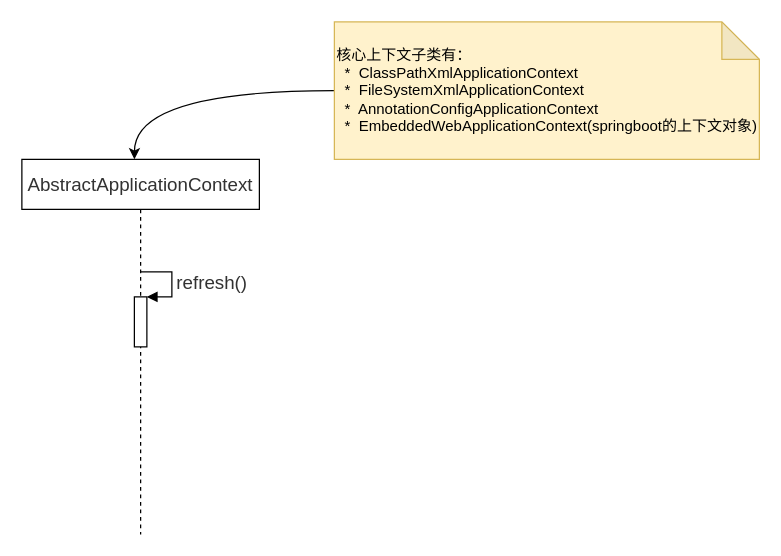
Before: note attachments/02-后端框架/03-Spring/Spirng 容器初始化与对象实例化全流程.drawio in MooNkirA/code-learning-note, a draw.io diagram. Source tidied: cells renumbered, new cells numbered last; positions are measured from the earlier drawing's top-left corner, leaving out a move shared by most shapes. Both pictures are drawn from the tidied source at 125%, with x=0, y=0 at pixel (21, 21).
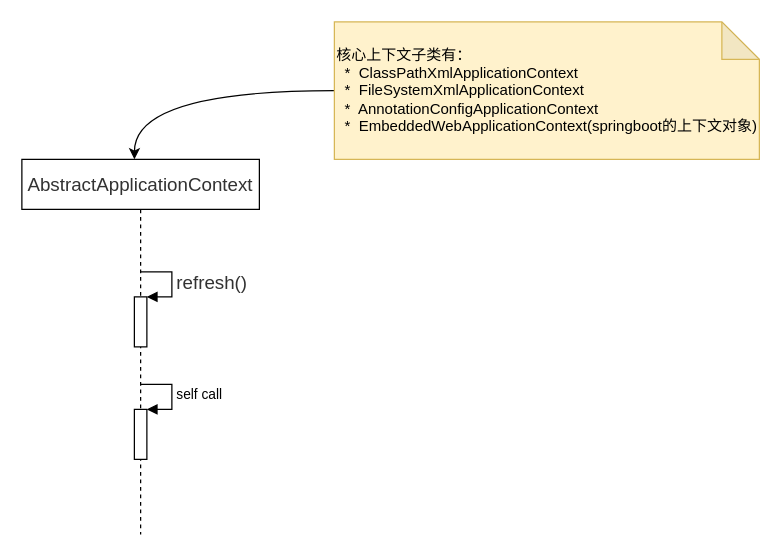
The same diagram, later.

The edit, as a diff of the source:
```diff
@@
 <mxGraphModel>
   <root>
     <mxCell id="0" />
     <mxCell id="1" parent="0" />
     <mxCell id="2" value="&lt;span style=&quot;color: rgb(50 , 50 , 50) ; font-family: &amp;#34;arial&amp;#34; ; font-size: 15px ; background-color: rgba(255 , 255 , 255 , 0.01)&quot;&gt;AbstractApplicationContext&lt;/span&gt;" style="shape=umlLifeline;perimeter=lifelinePerimeter;whiteSpace=wrap;html=1;outlineConnect=0;" parent="1" vertex="1">
       <mxGeometry y="110" width="190" height="300" as="geometry" />
     </mxCell>
     <mxCell id="3" style="html=1;points=[];perimeter=orthogonalPerimeter;align=left;" parent="2" vertex="1">
       <mxGeometry x="90" y="110" width="10" height="40" as="geometry" />
     </mxCell>
     <mxCell id="4" value="&lt;span style=&quot;color: rgb(50 , 50 , 50) ; font-family: &amp;#34;arial&amp;#34; ; font-size: 15px ; text-align: center ; background-color: rgba(255 , 255 , 255 , 0.01)&quot;&gt;refresh()&lt;/span&gt;" style="edgeStyle=orthogonalEdgeStyle;html=1;align=left;spacingLeft=2;endArrow=block;rounded=0;entryX=1;entryY=0;" parent="2" edge="1" target="3">
       <mxGeometry relative="1" as="geometry">
         <mxPoint x="95" y="90" as="sourcePoint" />
         <Array as="points">
           <mxPoint x="120" y="90" />
         </Array>
       </mxGeometry>
     </mxCell>
+    <mxCell id="7" style="html=1;points=[];perimeter=orthogonalPerimeter;" parent="2" vertex="1">
+      <mxGeometry x="90" y="200" width="10" height="40" as="geometry" />
+    </mxCell>
+    <mxCell id="8" value="self call" style="edgeStyle=orthogonalEdgeStyle;html=1;align=left;spacingLeft=2;endArrow=block;rounded=0;entryX=1;entryY=0;" parent="2" edge="1" target="7">
+      <mxGeometry relative="1" as="geometry">
+        <mxPoint x="95" y="180" as="sourcePoint" />
+        <Array as="points">
+          <mxPoint x="120" y="180" />
+        </Array>
+      </mxGeometry>
+    </mxCell>
     <mxCell id="5" style="edgeStyle=orthogonalEdgeStyle;curved=1;rounded=0;jettySize=auto;html=1;entryX=0.474;entryY=0;entryDx=0;entryDy=0;entryPerimeter=0;" parent="1" edge="1" source="6" target="2">
       <mxGeometry relative="1" as="geometry" />
     </mxCell>
     <mxCell id="6" value="&lt;div&gt;核心上下文子类有：&lt;/div&gt;&lt;div&gt;&amp;nbsp; *&amp;nbsp; ClassPathXmlApplicationContext&lt;/div&gt;&lt;div&gt;&amp;nbsp; *&amp;nbsp; FileSystemXmlApplicationContext&lt;/div&gt;&lt;div&gt;&amp;nbsp; *&amp;nbsp; AnnotationConfigApplicationContext&lt;/div&gt;&lt;div&gt;&amp;nbsp; *&amp;nbsp; EmbeddedWebApplicationContext(springboot的上下文对象)&lt;/div&gt;" style="shape=note;whiteSpace=wrap;html=1;backgroundOutline=1;darkOpacity=0.05;align=left;fillColor=#fff2cc;strokeColor=#d6b656;" parent="1" vertex="1">
       <mxGeometry x="250" width="340" height="110" as="geometry" />
     </mxCell>
   </root>
 </mxGraphModel>
```
